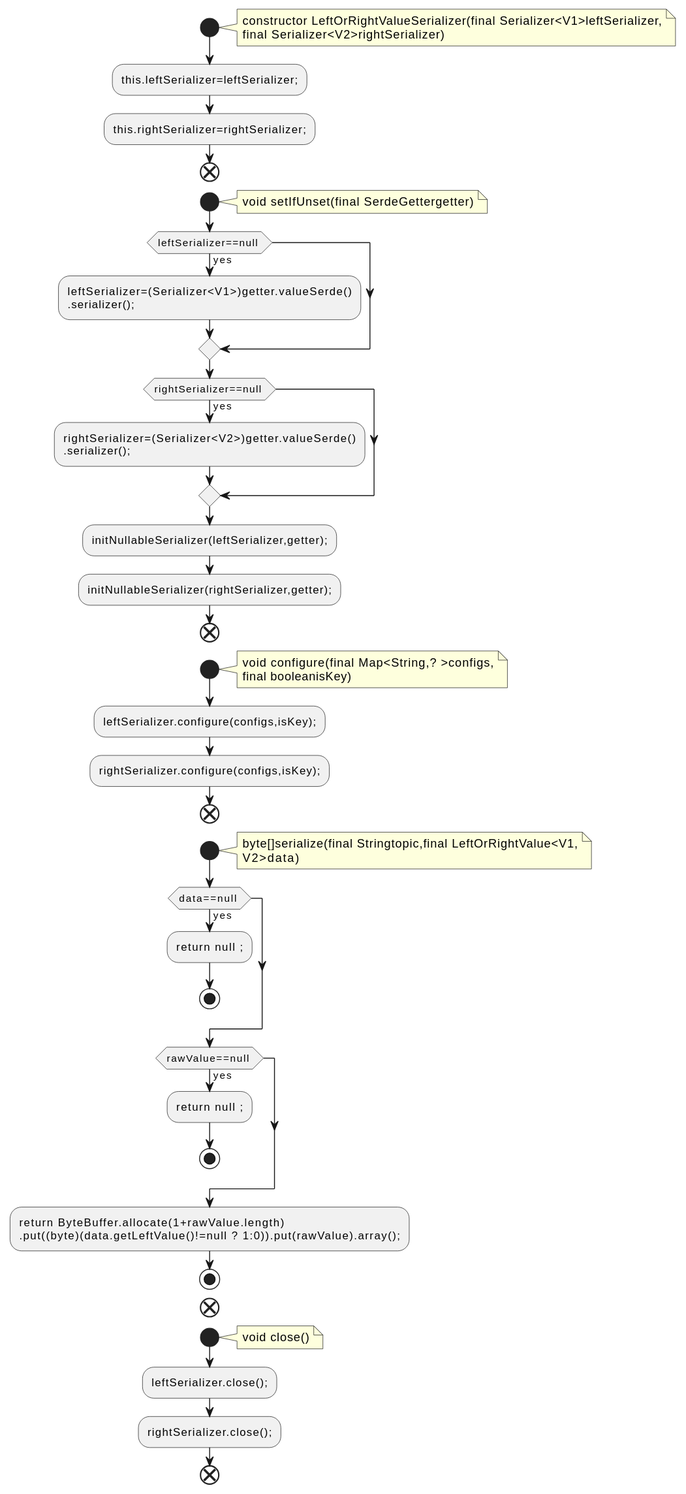
Above: docs/qc/streams/src/main/java/org/apache/kafka/streams/state/internals/LeftOrRightValueSerializer.java.fct.svg in qualitesys/kafka (PlantUML), before the change.
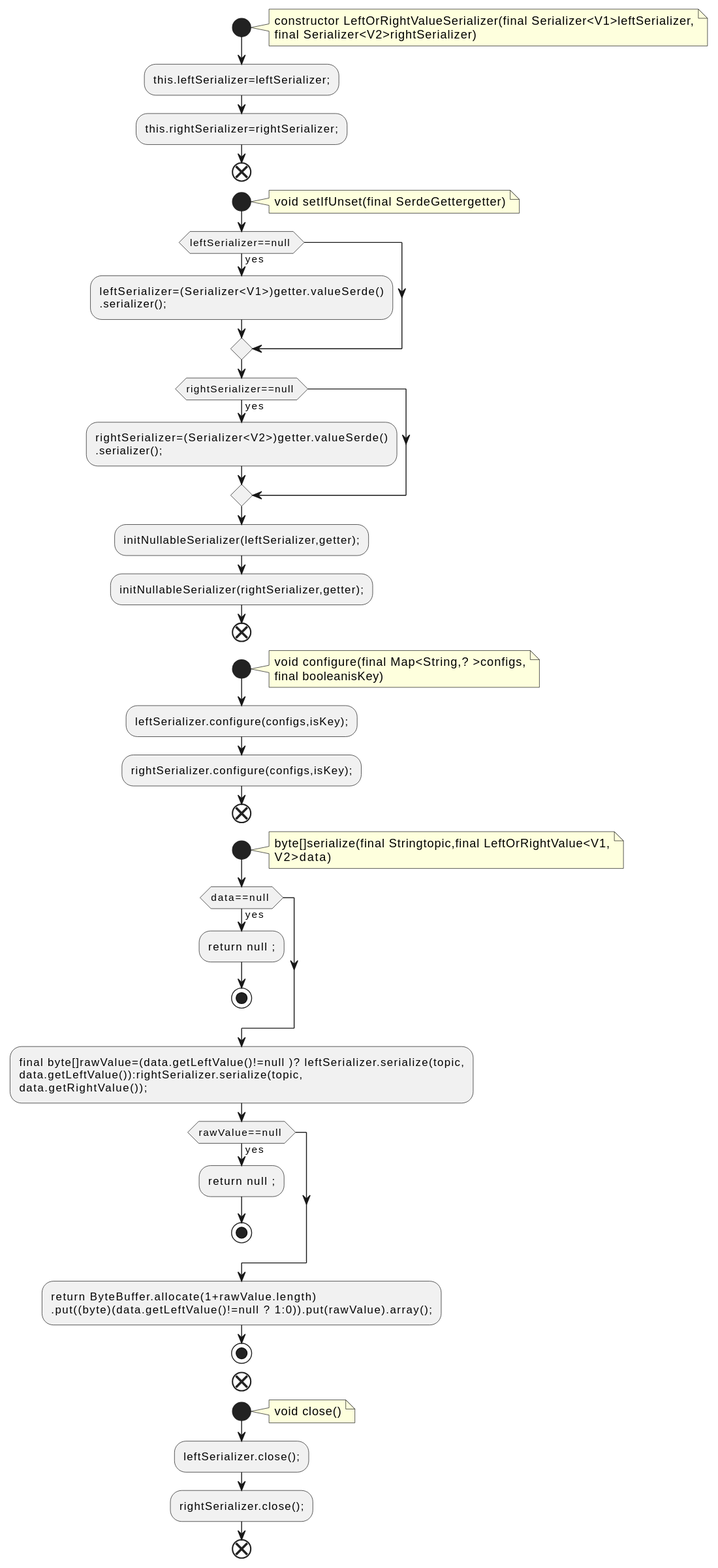
Above is the later version.

What changed in the source:
```diff
@@ -40,6 +40,9 @@
 :return null ;;
 stop
 endif
+:final byte[]rawValue=(data.getLeftValue()!=null )? leftSerializer.serialize(topic,
+data.getLeftValue()):rightSerializer.serialize(topic,
+data.getRightValue());;
 if (rawValue==null ) then (yes)
 :return null ;;
 stop
```
